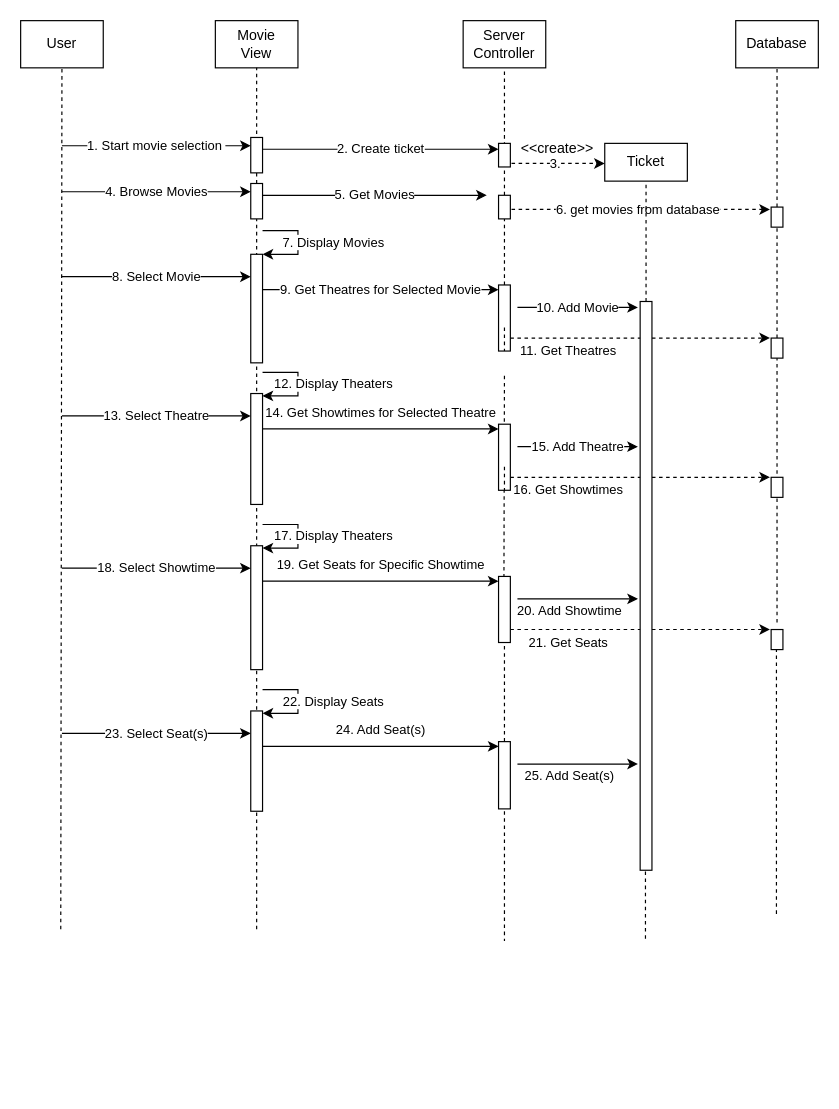
Earlier version of the draw.io diagram Dessign Documents/Diagrams/InteractionDiagrams/interaction_diagram_movie.drawio (folkg/movie-ticket-reservation-app). Source tidied: cells renumbered, new cells numbered last; positions are measured from the earlier drawing's top-left corner, leaving out a move shared by most shapes. Both pictures are drawn from the tidied source at 118%, with x=0, y=0 at pixel (20, 20).
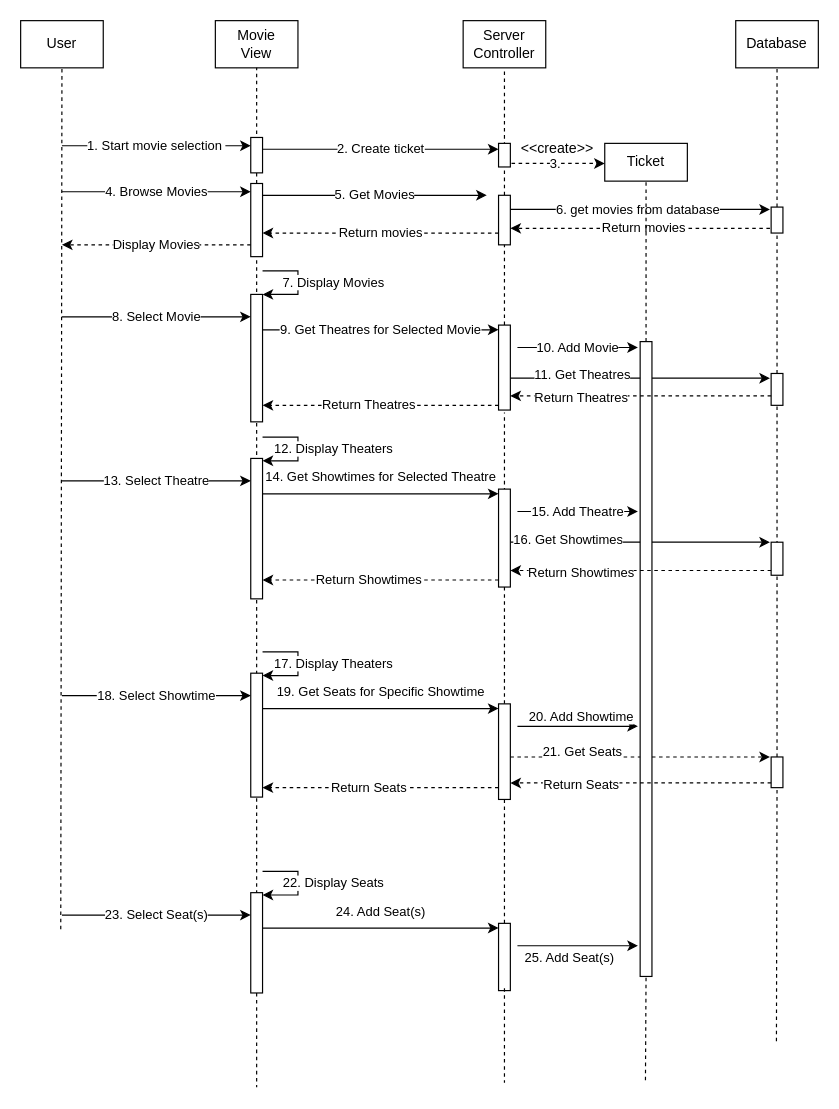
Above is the later version.

Commit message:
updated interaction diagram

The edit, as a diff of the source:
```diff
@@
-    <mxCell id="2" value="11. Get Theatres" style="endArrow=classic;html=1;rounded=0;labelBackgroundColor=#FFFFFF;fontColor=#000000;strokeColor=#000000;dashed=1;" parent="1" edge="1">
-      <mxGeometry x="-0.55" y="-11" relative="1" as="geometry">
-        <mxPoint x="415" y="269" as="sourcePoint" />
-        <mxPoint x="635" y="269" as="targetPoint" />
+    <mxCell id="2" value="11. Get Theatres" style="endArrow=classic;html=1;rounded=0;labelBackgroundColor=#FFFFFF;fontColor=#000000;strokeColor=#000000;" parent="1" edge="1">
+      <mxGeometry x="-0.45" y="3" relative="1" as="geometry">
+        <mxPoint x="415" y="303" as="sourcePoint" />
+        <mxPoint x="635" y="303" as="targetPoint" />
       </mxGeometry>
     </mxCell>
@@
     <mxCell id="11" style="rounded=0;whiteSpace=wrap;html=1;fontColor=#000000;strokeColor=#000000;fillColor=#FFFFFF;" parent="1" vertex="1">
-      <mxGeometry x="195" y="138" width="10" height="30" as="geometry" />
+      <mxGeometry x="195" y="138" width="10" height="62" as="geometry" />
     </mxCell>
@@
-    <mxCell id="13" value="6. get movies from database" style="edgeStyle=none;html=1;labelBackgroundColor=#FFFFFF;fontColor=#000000;strokeColor=#000000;dashed=1;" parent="1" edge="1">
+    <mxCell id="13" value="6. get movies from database" style="edgeStyle=none;html=1;labelBackgroundColor=#FFFFFF;fontColor=#000000;strokeColor=#000000;" parent="1" edge="1">
       <mxGeometry relative="1" as="geometry">
         <mxPoint x="410" y="160" as="sourcePoint" />
         <mxPoint x="635" y="160" as="targetPoint" />
       </mxGeometry>
     </mxCell>
     <mxCell id="14" style="rounded=0;whiteSpace=wrap;html=1;fontColor=#000000;strokeColor=#000000;fillColor=#FFFFFF;" parent="1" vertex="1">
-      <mxGeometry x="405" y="148" width="10" height="20" as="geometry" />
+      <mxGeometry x="405" y="148" width="10" height="42" as="geometry" />
     </mxCell>
-    <mxCell id="15" style="endArrow=none;dashed=1;html=1;fontColor=#000000;strokeColor=#000000;startArrow=none;" parent="1" edge="1" source="31" target="14">
-      <mxGeometry relative="1" as="geometry" />
+    <mxCell id="15" style="endArrow=none;dashed=1;html=1;fontColor=#000000;strokeColor=#000000;startArrow=none;" parent="1" edge="1" source="31">
+      <mxGeometry relative="1" as="geometry">
+        <mxPoint x="410" y="190" as="targetPoint" />
+      </mxGeometry>
     </mxCell>
+    <mxCell id="66" value="Return movies" style="edgeStyle=none;html=1;entryX=1;entryY=0.75;entryDx=0;entryDy=0;strokeColor=#000000;dashed=1;labelBackgroundColor=#FFFFFF;fontColor=#000000;" parent="1" edge="1">
+      <mxGeometry relative="1" as="geometry">
+        <mxPoint x="641" y="176" as="sourcePoint" />
+        <mxPoint x="415" y="176" as="targetPoint" />
+      </mxGeometry>
+    </mxCell>
     <mxCell id="16" style="rounded=0;whiteSpace=wrap;html=1;fontColor=#000000;strokeColor=#000000;fillColor=#FFFFFF;" parent="1" vertex="1">
-      <mxGeometry x="636" y="158" width="10" height="17" as="geometry" />
+      <mxGeometry x="636" y="158" width="10" height="22" as="geometry" />
     </mxCell>
-    <mxCell id="17" style="endArrow=none;dashed=1;html=1;fontColor=#000000;strokeColor=#000000;startArrow=none;" parent="1" edge="1" source="36" target="16">
+    <mxCell id="17" style="endArrow=none;dashed=1;html=1;fontColor=#000000;strokeColor=#000000;startArrow=none;entryX=0.5;entryY=1;entryDx=0;entryDy=0;" parent="1" edge="1" source="36" target="16">
       <mxGeometry relative="1" as="geometry" />
     </mxCell>
@@
     <mxCell id="19" value="7. Display Movies" style="endArrow=classic;html=1;labelBackgroundColor=#FFFFFF;fontColor=#000000;strokeColor=#000000;edgeStyle=orthogonalEdgeStyle;rounded=0;" parent="1" edge="1">
       <mxGeometry y="30" relative="1" as="geometry">
-        <mxPoint x="205" y="178" as="sourcePoint" />
-        <mxPoint x="205" y="198" as="targetPoint" />
+        <mxPoint x="205" y="212" as="sourcePoint" />
+        <mxPoint x="205" y="232" as="targetPoint" />
         <Array as="points">
-          <mxPoint x="235" y="178" />
-          <mxPoint x="235" y="198" />
+          <mxPoint x="235" y="212" />
+          <mxPoint x="235" y="232" />
         </Array>
       </mxGeometry>
     </mxCell>
     <mxCell id="20" style="rounded=0;whiteSpace=wrap;html=1;fontColor=#000000;strokeColor=#000000;fillColor=#FFFFFF;" parent="1" vertex="1">
-      <mxGeometry x="195" y="198" width="10" height="92" as="geometry" />
+      <mxGeometry x="195" y="232" width="10" height="108" as="geometry" />
     </mxCell>
     <mxCell id="21" value="8. Select Movie" style="endArrow=classic;html=1;labelBackgroundColor=#FFFFFF;fontColor=#000000;strokeColor=#000000;" parent="1" edge="1">
       <mxGeometry relative="1" as="geometry">
-        <mxPoint x="35" y="217" as="sourcePoint" />
-        <mxPoint x="195" y="217" as="targetPoint" />
+        <mxPoint x="35" y="251" as="sourcePoint" />
+        <mxPoint x="195" y="251" as="targetPoint" />
       </mxGeometry>
     </mxCell>
@@
     <mxCell id="30" value="9. Get Theatres for Selected Movie" style="endArrow=classic;html=1;labelBackgroundColor=#FFFFFF;fontColor=#000000;strokeColor=#000000;entryX=0;entryY=0;entryDx=0;entryDy=0;" parent="1" edge="1">
       <mxGeometry relative="1" as="geometry">
-        <mxPoint x="205" y="228" as="sourcePoint" />
-        <mxPoint x="405" y="228" as="targetPoint" />
+        <mxPoint x="205" y="262" as="sourcePoint" />
+        <mxPoint x="405" y="262" as="targetPoint" />
       </mxGeometry>
     </mxCell>
     <mxCell id="31" style="rounded=0;whiteSpace=wrap;html=1;fontColor=#000000;strokeColor=#000000;fillColor=#FFFFFF;" parent="1" vertex="1">
-      <mxGeometry x="405" y="224" width="10" height="56" as="geometry" />
+      <mxGeometry x="405" y="258" width="10" height="72" as="geometry" />
     </mxCell>
-    <mxCell id="32" style="endArrow=none;dashed=1;html=1;fontColor=#000000;strokeColor=#000000;startArrow=none;" parent="1" edge="1" target="31">
-      <mxGeometry relative="1" as="geometry">
-        <mxPoint x="410" y="260" as="sourcePoint" />
-      </mxGeometry>
-    </mxCell>
-    <mxCell id="33" style="endArrow=none;dashed=1;html=1;fontColor=#000000;strokeColor=#000000;" parent="1" edge="1">
+    <mxCell id="33" style="endArrow=none;dashed=1;html=1;fontColor=#000000;strokeColor=#000000;entryX=0.5;entryY=1;entryDx=0;entryDy=0;" parent="1" edge="1" target="64">
       <mxGeometry relative="1" as="geometry">
-        <mxPoint x="529.5" y="778" as="sourcePoint" />
-        <mxPoint x="529.5" y="718" as="targetPoint" />
+        <mxPoint x="529.5" y="898" as="sourcePoint" />
       </mxGeometry>
     </mxCell>
     <mxCell id="34" value="10. Add Movie" style="endArrow=classic;html=1;rounded=0;labelBackgroundColor=#FFFFFF;fontColor=#000000;strokeColor=#000000;entryX=-0.789;entryY=0.026;entryDx=0;entryDy=0;entryPerimeter=0;" parent="1" edge="1">
       <mxGeometry relative="1" as="geometry">
-        <mxPoint x="421" y="243" as="sourcePoint" />
-        <mxPoint x="523.1" y="243" as="targetPoint" />
+        <mxPoint x="421" y="277" as="sourcePoint" />
+        <mxPoint x="523.1" y="277" as="targetPoint" />
       </mxGeometry>
     </mxCell>
-    <mxCell id="35" style="endArrow=none;dashed=1;html=1;fontColor=#000000;strokeColor=#000000;" parent="1" edge="1">
+    <mxCell id="35" style="endArrow=none;dashed=1;html=1;fontColor=#000000;strokeColor=#000000;exitX=0.5;exitY=0;exitDx=0;exitDy=0;" parent="1" edge="1" source="52">
       <mxGeometry relative="1" as="geometry">
-        <mxPoint x="409.5" y="502" as="sourcePoint" />
-        <mxPoint x="410" y="298" as="targetPoint" />
+        <mxPoint x="410" y="332" as="targetPoint" />
       </mxGeometry>
     </mxCell>
     <mxCell id="36" style="rounded=0;whiteSpace=wrap;html=1;fontColor=#000000;strokeColor=#000000;fillColor=#FFFFFF;" parent="1" vertex="1">
-      <mxGeometry x="636" y="269" width="10" height="17" as="geometry" />
+      <mxGeometry x="636" y="299" width="10" height="27" as="geometry" />
     </mxCell>
-    <mxCell id="37" style="endArrow=none;dashed=1;html=1;fontColor=#000000;strokeColor=#000000;entryX=0.5;entryY=1;entryDx=0;entryDy=0;" parent="1" edge="1" target="36">
-      <mxGeometry relative="1" as="geometry">
-        <mxPoint x="641" y="510" as="sourcePoint" />
-      </mxGeometry>
+    <mxCell id="37" style="endArrow=none;dashed=1;html=1;fontColor=#000000;strokeColor=#000000;entryX=0.5;entryY=1;entryDx=0;entryDy=0;exitX=0.5;exitY=0;exitDx=0;exitDy=0;" parent="1" edge="1" source="55" target="36">
+      <mxGeometry relative="1" as="geometry" />
     </mxCell>
     <mxCell id="38" value="12. Display Theaters" style="endArrow=classic;html=1;labelBackgroundColor=#FFFFFF;fontColor=#000000;strokeColor=#000000;edgeStyle=orthogonalEdgeStyle;rounded=0;" parent="1" edge="1">
       <mxGeometry y="30" relative="1" as="geometry">
-        <mxPoint x="205" y="298" as="sourcePoint" />
-        <mxPoint x="205" y="318" as="targetPoint" />
+        <mxPoint x="205" y="353" as="sourcePoint" />
+        <mxPoint x="205" y="373" as="targetPoint" />
         <Array as="points">
-          <mxPoint x="235" y="298" />
-          <mxPoint x="235" y="318" />
+          <mxPoint x="235" y="353" />
+          <mxPoint x="235" y="373" />
         </Array>
       </mxGeometry>
     </mxCell>
-    <mxCell id="39" value="16. Get Showtimes" style="endArrow=classic;html=1;rounded=0;labelBackgroundColor=#FFFFFF;fontColor=#000000;strokeColor=#000000;dashed=1;" parent="1" edge="1">
-      <mxGeometry x="-0.55" y="-11" relative="1" as="geometry">
-        <mxPoint x="415" y="387" as="sourcePoint" />
-        <mxPoint x="635" y="387" as="targetPoint" />
+    <mxCell id="39" value="16. Get Showtimes" style="endArrow=classic;html=1;rounded=0;labelBackgroundColor=#FFFFFF;fontColor=#000000;strokeColor=#000000;" parent="1" edge="1">
+      <mxGeometry x="-0.55" y="2" relative="1" as="geometry">
+        <mxPoint x="415" y="442" as="sourcePoint" />
+        <mxPoint x="635" y="442" as="targetPoint" />
       </mxGeometry>
     </mxCell>
     <mxCell id="40" style="rounded=0;whiteSpace=wrap;html=1;fontColor=#000000;strokeColor=#000000;fillColor=#FFFFFF;" parent="1" vertex="1">
-      <mxGeometry x="195" y="316" width="10" height="94" as="geometry" />
+      <mxGeometry x="195" y="371" width="10" height="119" as="geometry" />
     </mxCell>
     <mxCell id="41" value="13. Select Theatre" style="endArrow=classic;html=1;labelBackgroundColor=#FFFFFF;fontColor=#000000;strokeColor=#000000;" parent="1" edge="1">
       <mxGeometry relative="1" as="geometry">
-        <mxPoint x="35" y="335" as="sourcePoint" />
-        <mxPoint x="195" y="335" as="targetPoint" />
+        <mxPoint x="35" y="390" as="sourcePoint" />
+        <mxPoint x="195" y="390" as="targetPoint" />
       </mxGeometry>
     </mxCell>
     <mxCell id="42" value="14. Get Showtimes for Selected Theatre" style="endArrow=classic;html=1;labelBackgroundColor=#FFFFFF;fontColor=#000000;strokeColor=#000000;entryX=0;entryY=0;entryDx=0;entryDy=0;" parent="1" edge="1">
       <mxGeometry y="14" relative="1" as="geometry">
-        <mxPoint x="205" y="346" as="sourcePoint" />
-        <mxPoint x="405" y="346" as="targetPoint" />
+        <mxPoint x="205" y="401" as="sourcePoint" />
+        <mxPoint x="405" y="401" as="targetPoint" />
       </mxGeometry>
     </mxCell>
     <mxCell id="43" style="rounded=0;whiteSpace=wrap;html=1;fontColor=#000000;strokeColor=#000000;fillColor=#FFFFFF;" parent="1" vertex="1">
-      <mxGeometry x="405" y="342" width="10" height="56" as="geometry" />
+      <mxGeometry x="405" y="397" width="10" height="83" as="geometry" />
     </mxCell>
-    <mxCell id="44" style="endArrow=none;dashed=1;html=1;fontColor=#000000;strokeColor=#000000;startArrow=none;" parent="1" edge="1" target="43">
-      <mxGeometry relative="1" as="geometry">
-        <mxPoint x="410" y="378" as="sourcePoint" />
-      </mxGeometry>
-    </mxCell>
     <mxCell id="45" value="15. Add Theatre" style="endArrow=classic;html=1;rounded=0;labelBackgroundColor=#FFFFFF;fontColor=#000000;strokeColor=#000000;entryX=-0.789;entryY=0.026;entryDx=0;entryDy=0;entryPerimeter=0;" parent="1" edge="1">
       <mxGeometry relative="1" as="geometry">
-        <mxPoint x="421" y="361" as="sourcePoint" />
-        <mxPoint x="523.1" y="361" as="targetPoint" />
+        <mxPoint x="421" y="416" as="sourcePoint" />
+        <mxPoint x="523.1" y="416" as="targetPoint" />
       </mxGeometry>
     </mxCell>
     <mxCell id="46" style="rounded=0;whiteSpace=wrap;html=1;fontColor=#000000;strokeColor=#000000;fillColor=#FFFFFF;" parent="1" vertex="1">
-      <mxGeometry x="636" y="387" width="10" height="17" as="geometry" />
+      <mxGeometry x="636" y="442" width="10" height="28" as="geometry" />
     </mxCell>
     <mxCell id="47" value="17. Display Theaters" style="endArrow=classic;html=1;labelBackgroundColor=#FFFFFF;fontColor=#000000;strokeColor=#000000;edgeStyle=orthogonalEdgeStyle;rounded=0;" parent="1" edge="1">
       <mxGeometry y="30" relative="1" as="geometry">
-        <mxPoint x="205" y="427" as="sourcePoint" />
-        <mxPoint x="205" y="447" as="targetPoint" />
+        <mxPoint x="205" y="535" as="sourcePoint" />
+        <mxPoint x="205" y="555" as="targetPoint" />
         <Array as="points">
-          <mxPoint x="235" y="427" />
-          <mxPoint x="235" y="447" />
+          <mxPoint x="235" y="535" />
+          <mxPoint x="235" y="555" />
         </Array>
       </mxGeometry>
     </mxCell>
     <mxCell id="48" value="21. Get Seats" style="endArrow=classic;html=1;rounded=0;labelBackgroundColor=#FFFFFF;fontColor=#000000;strokeColor=#000000;dashed=1;" parent="1" edge="1">
-      <mxGeometry x="-0.55" y="-11" relative="1" as="geometry">
-        <mxPoint x="415" y="516" as="sourcePoint" />
-        <mxPoint x="635" y="516" as="targetPoint" />
+      <mxGeometry x="-0.45" y="4" relative="1" as="geometry">
+        <mxPoint x="415" y="624" as="sourcePoint" />
+        <mxPoint x="635" y="624" as="targetPoint" />
       </mxGeometry>
     </mxCell>
     <mxCell id="49" style="rounded=0;whiteSpace=wrap;html=1;fontColor=#000000;strokeColor=#000000;fillColor=#FFFFFF;" parent="1" vertex="1">
-      <mxGeometry x="195" y="445" width="10" height="105" as="geometry" />
+      <mxGeometry x="195" y="553" width="10" height="105" as="geometry" />
     </mxCell>
     <mxCell id="50" value="18. Select Showtime" style="endArrow=classic;html=1;labelBackgroundColor=#FFFFFF;fontColor=#000000;strokeColor=#000000;" parent="1" edge="1">
       <mxGeometry relative="1" as="geometry">
-        <mxPoint x="35" y="464" as="sourcePoint" />
-        <mxPoint x="195" y="464" as="targetPoint" />
+        <mxPoint x="35" y="572" as="sourcePoint" />
+        <mxPoint x="195" y="572" as="targetPoint" />
       </mxGeometry>
     </mxCell>
     <mxCell id="51" value="19. Get Seats for Specific Showtime" style="endArrow=classic;html=1;labelBackgroundColor=#FFFFFF;fontColor=#000000;strokeColor=#000000;entryX=0;entryY=0;entryDx=0;entryDy=0;" parent="1" edge="1">
       <mxGeometry y="14" relative="1" as="geometry">
-        <mxPoint x="205" y="475" as="sourcePoint" />
-        <mxPoint x="405" y="475" as="targetPoint" />
+        <mxPoint x="205" y="583" as="sourcePoint" />
+        <mxPoint x="405" y="583" as="targetPoint" />
       </mxGeometry>
     </mxCell>
     <mxCell id="52" style="rounded=0;whiteSpace=wrap;html=1;fontColor=#000000;strokeColor=#000000;fillColor=#FFFFFF;" parent="1" vertex="1">
-      <mxGeometry x="405" y="471" width="10" height="56" as="geometry" />
+      <mxGeometry x="405" y="579" width="10" height="81" as="geometry" />
     </mxCell>
     <mxCell id="53" style="endArrow=none;dashed=1;html=1;fontColor=#000000;strokeColor=#000000;startArrow=none;entryX=0.5;entryY=0;entryDx=0;entryDy=0;" parent="1" edge="1" target="60">
       <mxGeometry relative="1" as="geometry">
-        <mxPoint x="410" y="530" as="sourcePoint" />
+        <mxPoint x="410" y="660" as="sourcePoint" />
       </mxGeometry>
     </mxCell>
     <mxCell id="54" value="20. Add Showtime" style="endArrow=classic;html=1;rounded=0;labelBackgroundColor=#FFFFFF;fontColor=#000000;strokeColor=#000000;entryX=-0.789;entryY=0.026;entryDx=0;entryDy=0;entryPerimeter=0;" parent="1" edge="1">
-      <mxGeometry x="-0.14" y="-10" relative="1" as="geometry">
-        <mxPoint x="421" y="490" as="sourcePoint" />
-        <mxPoint x="523.1" y="490" as="targetPoint" />
+      <mxGeometry x="0.06" y="8" relative="1" as="geometry">
+        <mxPoint x="421" y="598" as="sourcePoint" />
+        <mxPoint x="523.1" y="598" as="targetPoint" />
       </mxGeometry>
     </mxCell>
     <mxCell id="55" style="rounded=0;whiteSpace=wrap;html=1;fontColor=#000000;strokeColor=#000000;fillColor=#FFFFFF;" parent="1" vertex="1">
-      <mxGeometry x="636" y="516" width="10" height="17" as="geometry" />
+      <mxGeometry x="636" y="624" width="10" height="26" as="geometry" />
     </mxCell>
     <mxCell id="56" value="22. Display Seats" style="endArrow=classic;html=1;labelBackgroundColor=#FFFFFF;fontColor=#000000;strokeColor=#000000;edgeStyle=orthogonalEdgeStyle;rounded=0;" parent="1" edge="1">
       <mxGeometry y="30" relative="1" as="geometry">
-        <mxPoint x="205" y="567" as="sourcePoint" />
-        <mxPoint x="205" y="587" as="targetPoint" />
+        <mxPoint x="205" y="721" as="sourcePoint" />
+        <mxPoint x="205" y="741" as="targetPoint" />
         <Array as="points">
-          <mxPoint x="235" y="567" />
-          <mxPoint x="235" y="587" />
+          <mxPoint x="235" y="721" />
+          <mxPoint x="235" y="741" />
         </Array>
       </mxGeometry>
     </mxCell>
     <mxCell id="57" style="rounded=0;whiteSpace=wrap;html=1;fontColor=#000000;strokeColor=#000000;fillColor=#FFFFFF;" parent="1" vertex="1">
-      <mxGeometry x="195" y="585" width="10" height="85" as="geometry" />
+      <mxGeometry x="195" y="739" width="10" height="85" as="geometry" />
     </mxCell>
     <mxCell id="58" value="23. Select Seat(s)" style="endArrow=classic;html=1;labelBackgroundColor=#FFFFFF;fontColor=#000000;strokeColor=#000000;" parent="1" edge="1">
       <mxGeometry relative="1" as="geometry">
-        <mxPoint x="35" y="604" as="sourcePoint" />
-        <mxPoint x="195" y="604" as="targetPoint" />
+        <mxPoint x="35" y="758" as="sourcePoint" />
+        <mxPoint x="195" y="758" as="targetPoint" />
       </mxGeometry>
     </mxCell>
     <mxCell id="59" value="24. Add Seat(s)" style="endArrow=classic;html=1;labelBackgroundColor=#FFFFFF;fontColor=#000000;strokeColor=#000000;entryX=0;entryY=0;entryDx=0;entryDy=0;" parent="1" edge="1">
       <mxGeometry y="14" relative="1" as="geometry">
-        <mxPoint x="205" y="615" as="sourcePoint" />
-        <mxPoint x="405" y="615" as="targetPoint" />
+        <mxPoint x="205" y="769" as="sourcePoint" />
+        <mxPoint x="405" y="769" as="targetPoint" />
       </mxGeometry>
     </mxCell>
     <mxCell id="60" style="rounded=0;whiteSpace=wrap;html=1;fontColor=#000000;strokeColor=#000000;fillColor=#FFFFFF;" parent="1" vertex="1">
-      <mxGeometry x="405" y="611" width="10" height="57" as="geometry" />
+      <mxGeometry x="405" y="765" width="10" height="57" as="geometry" />
     </mxCell>
     <mxCell id="61" style="endArrow=none;dashed=1;html=1;fontColor=#000000;strokeColor=#000000;startArrow=none;" parent="1" edge="1">
       <mxGeometry relative="1" as="geometry">
-        <mxPoint x="410" y="670" as="sourcePoint" />
-        <mxPoint x="410" y="780" as="targetPoint" />
+        <mxPoint x="410" y="820" as="sourcePoint" />
+        <mxPoint x="410" y="900" as="targetPoint" />
       </mxGeometry>
     </mxCell>
     <mxCell id="62" value="25. Add Seat(s)" style="endArrow=classic;html=1;rounded=0;labelBackgroundColor=#FFFFFF;fontColor=#000000;strokeColor=#000000;entryX=-0.789;entryY=0.026;entryDx=0;entryDy=0;entryPerimeter=0;" parent="1" edge="1">
       <mxGeometry x="-0.14" y="-10" relative="1" as="geometry">
-        <mxPoint x="421" y="630" as="sourcePoint" />
-        <mxPoint x="523.1" y="630" as="targetPoint" />
+        <mxPoint x="421" y="784" as="sourcePoint" />
+        <mxPoint x="523.1" y="784" as="targetPoint" />
       </mxGeometry>
     </mxCell>
-    <mxCell id="63" style="endArrow=none;dashed=1;html=1;fontColor=#000000;strokeColor=#000000;entryX=0.5;entryY=1;entryDx=0;entryDy=0;" parent="1" edge="1">
+    <mxCell id="63" style="endArrow=none;dashed=1;html=1;fontColor=#000000;strokeColor=#000000;entryX=0.5;entryY=1;entryDx=0;entryDy=0;" parent="1" edge="1" target="55">
       <mxGeometry relative="1" as="geometry">
-        <mxPoint x="640.5" y="757" as="sourcePoint" />
-        <mxPoint x="640.5" y="533" as="targetPoint" />
+        <mxPoint x="640.5" y="865" as="sourcePoint" />
       </mxGeometry>
     </mxCell>
     <mxCell id="64" style="rounded=0;whiteSpace=wrap;html=1;fontColor=#000000;strokeColor=#000000;fillColor=#FFFFFF;" parent="1" vertex="1">
-      <mxGeometry x="525" y="238" width="10" height="482" as="geometry" />
+      <mxGeometry x="525" y="272" width="10" height="538" as="geometry" />
     </mxCell>
@@
+    <mxCell id="67" value="Return movies" style="edgeStyle=none;html=1;strokeColor=#000000;dashed=1;labelBackgroundColor=#FFFFFF;fontColor=#000000;" parent="1" edge="1">
+      <mxGeometry relative="1" as="geometry">
+        <mxPoint x="405" y="180" as="sourcePoint" />
+        <mxPoint x="205" y="180" as="targetPoint" />
+      </mxGeometry>
+    </mxCell>
+    <mxCell id="68" value="Display Movies" style="edgeStyle=none;html=1;strokeColor=#000000;dashed=1;labelBackgroundColor=#FFFFFF;fontColor=#000000;" parent="1" edge="1">
+      <mxGeometry relative="1" as="geometry">
+        <mxPoint x="195" y="190" as="sourcePoint" />
+        <mxPoint x="35" y="190" as="targetPoint" />
+      </mxGeometry>
+    </mxCell>
+    <mxCell id="69" value="Return Theatres" style="edgeStyle=none;html=1;strokeColor=#000000;dashed=1;labelBackgroundColor=#FFFFFF;fontColor=#000000;" parent="1" edge="1">
+      <mxGeometry x="0.46" y="2" relative="1" as="geometry">
+        <mxPoint x="636" y="318" as="sourcePoint" />
+        <mxPoint x="415" y="318" as="targetPoint" />
+      </mxGeometry>
+    </mxCell>
+    <mxCell id="70" value="Return Theatres" style="edgeStyle=none;html=1;strokeColor=#000000;dashed=1;labelBackgroundColor=#FFFFFF;fontColor=#000000;" parent="1" edge="1">
+      <mxGeometry x="0.1" relative="1" as="geometry">
+        <mxPoint x="405" y="326" as="sourcePoint" />
+        <mxPoint x="205" y="326" as="targetPoint" />
+      </mxGeometry>
+    </mxCell>
+    <mxCell id="71" value="Return Showtimes" style="edgeStyle=none;html=1;strokeColor=#000000;dashed=1;labelBackgroundColor=#FFFFFF;fontColor=#000000;" parent="1" edge="1">
+      <mxGeometry x="0.46" y="2" relative="1" as="geometry">
+        <mxPoint x="636" y="466" as="sourcePoint" />
+        <mxPoint x="415" y="466" as="targetPoint" />
+      </mxGeometry>
+    </mxCell>
+    <mxCell id="72" value="Return Showtimes" style="edgeStyle=none;html=1;strokeColor=#000000;dashed=1;labelBackgroundColor=#FFFFFF;fontColor=#000000;" parent="1" edge="1">
+      <mxGeometry x="0.1" relative="1" as="geometry">
+        <mxPoint x="405" y="474" as="sourcePoint" />
+        <mxPoint x="205" y="474" as="targetPoint" />
+      </mxGeometry>
+    </mxCell>
+    <mxCell id="73" value="Return Seats" style="edgeStyle=none;html=1;strokeColor=#000000;dashed=1;labelBackgroundColor=#FFFFFF;fontColor=#000000;" parent="1" edge="1">
+      <mxGeometry x="0.46" y="2" relative="1" as="geometry">
+        <mxPoint x="636" y="646" as="sourcePoint" />
+        <mxPoint x="415" y="646" as="targetPoint" />
+      </mxGeometry>
+    </mxCell>
+    <mxCell id="74" value="Return Seats" style="edgeStyle=none;html=1;strokeColor=#000000;dashed=1;labelBackgroundColor=#FFFFFF;fontColor=#000000;" parent="1" edge="1">
+      <mxGeometry x="0.1" relative="1" as="geometry">
+        <mxPoint x="405" y="650" as="sourcePoint" />
+        <mxPoint x="205" y="650" as="targetPoint" />
+      </mxGeometry>
+    </mxCell>
+    <mxCell id="75" style="endArrow=none;dashed=1;html=1;fontColor=#000000;strokeColor=#000000;startArrow=none;" parent="1" edge="1">
+      <mxGeometry relative="1" as="geometry">
+        <mxPoint x="200" y="824" as="sourcePoint" />
+        <mxPoint x="200" y="904" as="targetPoint" />
+      </mxGeometry>
+    </mxCell>
```
